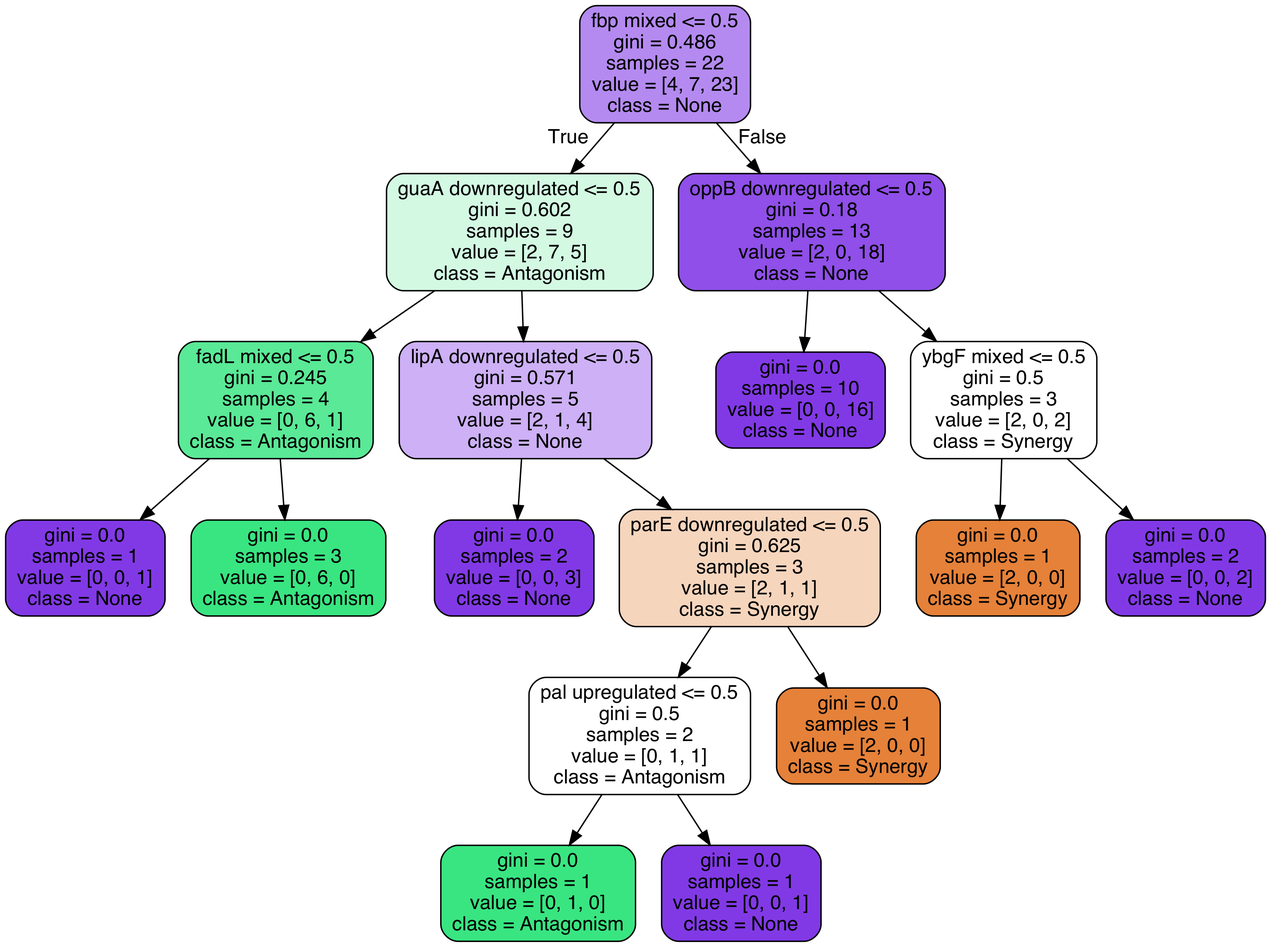
This is figs/classifier2.png from azwang10/20.440-spring-2020-project, a Graphviz export, as it was before one commit. Its source is kept beside it as figs/classifier2.dot.
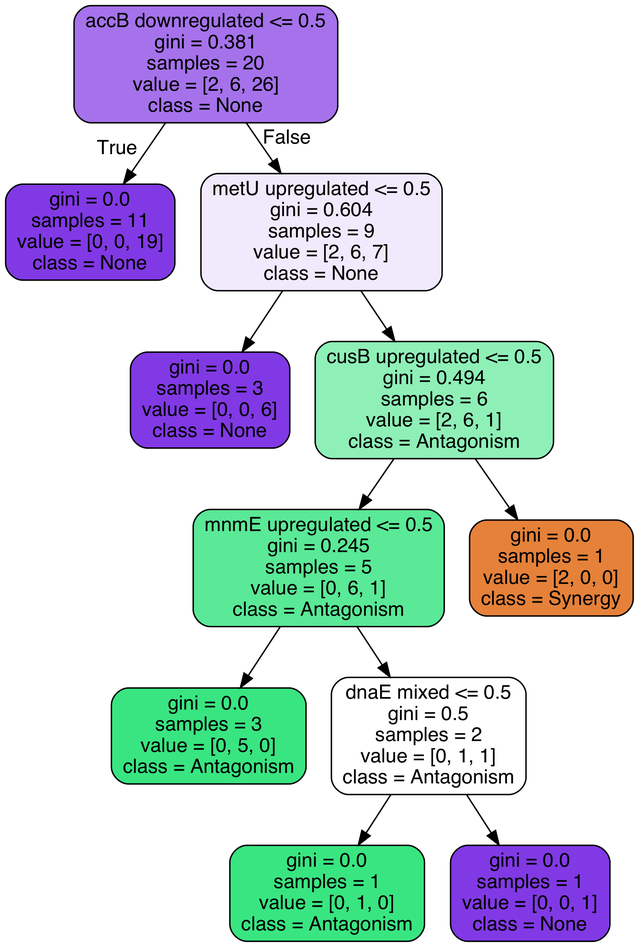
The same file after the commit.

Commit message:
new classifier figs

Diff of the diagram source:
```diff
@@ -1,37 +1,25 @@
 digraph Tree {
 node [shape=box, style="filled, rounded", color="black", fontname=helvetica] ;
 edge [fontname=helvetica] ;
-0 [label="fbp mixed <= 0.5\ngini = 0.486\nsamples = 22\nvalue = [4, 7, 23]\nclass = None", fillcolor="#b48af0"] ;
-1 [label="guaA downregulated <= 0.5\ngini = 0.602\nsamples = 9\nvalue = [2, 7, 5]\nclass = Antagonism", fillcolor="#d3f9e3"] ;
+0 [label="accB downregulated <= 0.5\ngini = 0.381\nsamples = 20\nvalue = [2, 6, 26]\nclass = None", fillcolor="#a572ec"] ;
+1 [label="gini = 0.0\nsamples = 11\nvalue = [0, 0, 19]\nclass = None", fillcolor="#8139e5"] ;
 0 -> 1 [labeldistance=2.5, labelangle=45, headlabel="True"] ;
-2 [label="fadL mixed <= 0.5\ngini = 0.245\nsamples = 4\nvalue = [0, 6, 1]\nclass = Antagonism", fillcolor="#5ae996"] ;
-1 -> 2 ;
-3 [label="gini = 0.0\nsamples = 1\nvalue = [0, 0, 1]\nclass = None", fillcolor="#8139e5"] ;
+2 [label="metU upregulated <= 0.5\ngini = 0.604\nsamples = 9\nvalue = [2, 6, 7]\nclass = None", fillcolor="#f1e9fc"] ;
+0 -> 2 [labeldistance=2.5, labelangle=-45, headlabel="False"] ;
+3 [label="gini = 0.0\nsamples = 3\nvalue = [0, 0, 6]\nclass = None", fillcolor="#8139e5"] ;
 2 -> 3 ;
-4 [label="gini = 0.0\nsamples = 3\nvalue = [0, 6, 0]\nclass = Antagonism", fillcolor="#39e581"] ;
+4 [label="cusB upregulated <= 0.5\ngini = 0.494\nsamples = 6\nvalue = [2, 6, 1]\nclass = Antagonism", fillcolor="#8ef0b7"] ;
 2 -> 4 ;
-5 [label="lipA downregulated <= 0.5\ngini = 0.571\nsamples = 5\nvalue = [2, 1, 4]\nclass = None", fillcolor="#cdb0f5"] ;
-1 -> 5 ;
-6 [label="gini = 0.0\nsamples = 2\nvalue = [0, 0, 3]\nclass = None", fillcolor="#8139e5"] ;
+5 [label="mnmE upregulated <= 0.5\ngini = 0.245\nsamples = 5\nvalue = [0, 6, 1]\nclass = Antagonism", fillcolor="#5ae996"] ;
+4 -> 5 ;
+6 [label="gini = 0.0\nsamples = 3\nvalue = [0, 5, 0]\nclass = Antagonism", fillcolor="#39e581"] ;
 5 -> 6 ;
-7 [label="parE downregulated <= 0.5\ngini = 0.625\nsamples = 3\nvalue = [2, 1, 1]\nclass = Synergy", fillcolor="#f6d5bd"] ;
+7 [label="dnaE mixed <= 0.5\ngini = 0.5\nsamples = 2\nvalue = [0, 1, 1]\nclass = Antagonism", fillcolor="#ffffff"] ;
 5 -> 7 ;
-8 [label="pal upregulated <= 0.5\ngini = 0.5\nsamples = 2\nvalue = [0, 1, 1]\nclass = Antagonism", fillcolor="#ffffff"] ;
+8 [label="gini = 0.0\nsamples = 1\nvalue = [0, 1, 0]\nclass = Antagonism", fillcolor="#39e581"] ;
 7 -> 8 ;
-9 [label="gini = 0.0\nsamples = 1\nvalue = [0, 1, 0]\nclass = Antagonism", fillcolor="#39e581"] ;
-8 -> 9 ;
-10 [label="gini = 0.0\nsamples = 1\nvalue = [0, 0, 1]\nclass = None", fillcolor="#8139e5"] ;
-8 -> 10 ;
-11 [label="gini = 0.0\nsamples = 1\nvalue = [2, 0, 0]\nclass = Synergy", fillcolor="#e58139"] ;
-7 -> 11 ;
-12 [label="oppB downregulated <= 0.5\ngini = 0.18\nsamples = 13\nvalue = [2, 0, 18]\nclass = None", fillcolor="#8f4fe8"] ;
-0 -> 12 [labeldistance=2.5, labelangle=-45, headlabel="False"] ;
-13 [label="gini = 0.0\nsamples = 10\nvalue = [0, 0, 16]\nclass = None", fillcolor="#8139e5"] ;
-12 -> 13 ;
-14 [label="ybgF mixed <= 0.5\ngini = 0.5\nsamples = 3\nvalue = [2, 0, 2]\nclass = Synergy", fillcolor="#ffffff"] ;
-12 -> 14 ;
-15 [label="gini = 0.0\nsamples = 1\nvalue = [2, 0, 0]\nclass = Synergy", fillcolor="#e58139"] ;
-14 -> 15 ;
-16 [label="gini = 0.0\nsamples = 2\nvalue = [0, 0, 2]\nclass = None", fillcolor="#8139e5"] ;
-14 -> 16 ;
+9 [label="gini = 0.0\nsamples = 1\nvalue = [0, 0, 1]\nclass = None", fillcolor="#8139e5"] ;
+7 -> 9 ;
+10 [label="gini = 0.0\nsamples = 1\nvalue = [2, 0, 0]\nclass = Synergy", fillcolor="#e58139"] ;
+4 -> 10 ;
 }
```
